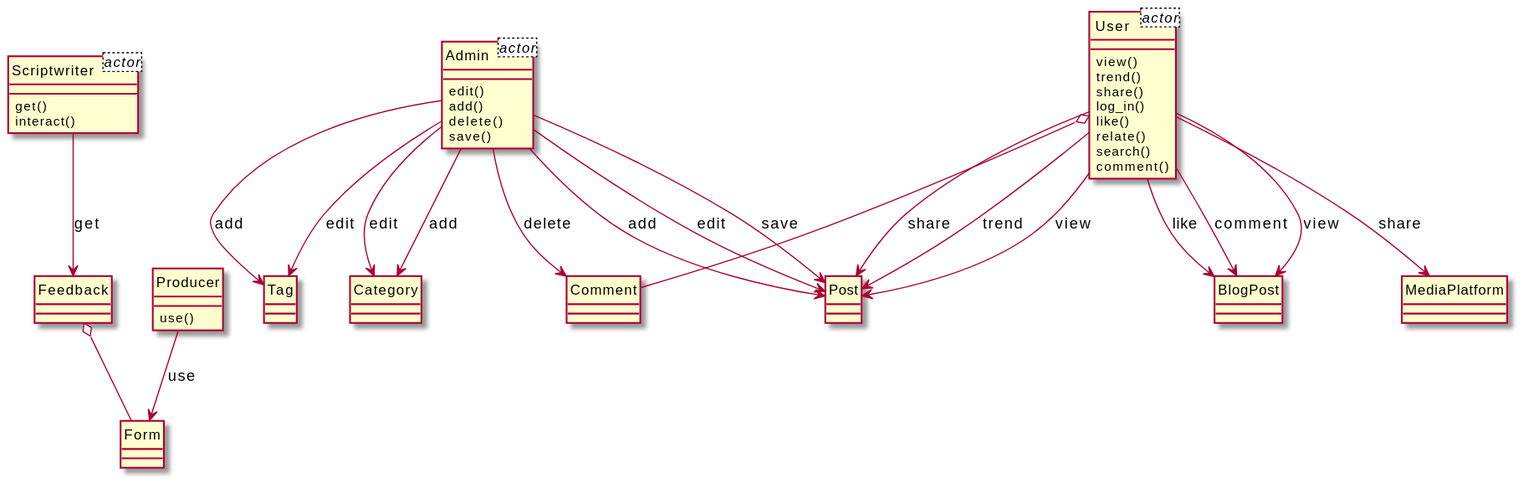
xixixhalu/DomainModelExtractor keeps this PlantUML diagram as output/diagram_5/2017-USC-Project07.svg. Above is the earlier version.
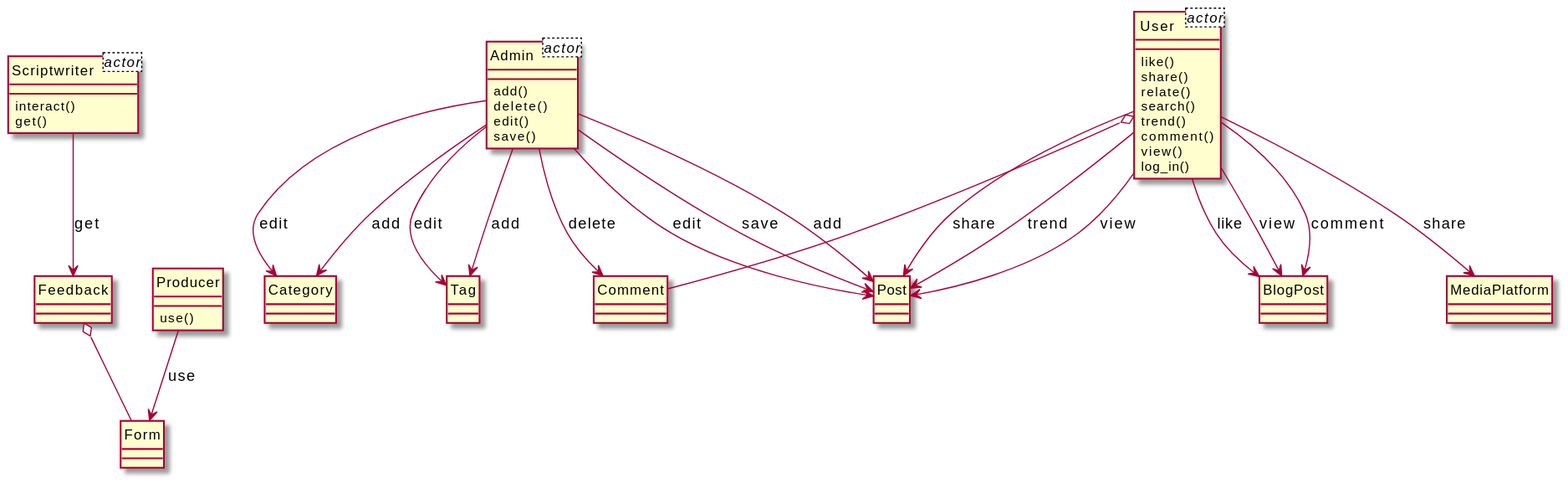
The same file after the commit.

What changed in the source:
```diff
@@ -6,62 +6,62 @@
 }
 class Admin<actor> {
 }
+class Comment {
+}
 class Form {
 }
-class Comment {
+class Admin {
+	add()
+	delete()
+	edit()
+	save()
+}
+class Post {
+}
+class Category {
+}
+class User {
+	like()
+	share()
+	relate()
+	search()
+	trend()
+	comment()
+	view()
+	log_in()
+}
+class BlogPost {
+}
+class MediaPlatform {
+}
+class Tag {
+}
+class Scriptwriter {
+	interact()
+	get()
+}
+class Feedback {
 }
 class Producer {
 	use()
 }
-class Scriptwriter {
-	get()
-	interact()
-}
-class User {
-	view()
-	trend()
-	share()
-	log_in()
-	like()
-	relate()
-	search()
-	comment()
-}
-class BlogPost {
-}
-class Post {
-}
-class Admin {
-	edit()
-	add()
-	delete()
-	save()
-}
-class Tag {
-}
-class Feedback {
-}
-class MediaPlatform {
-}
-class Category {
-}
-Producer --> Form : use
+Admin --> Post : save
+Admin --> Category : edit
+Admin --> Category : add
+Scriptwriter --> Feedback : get
+User --> BlogPost : like
 Admin --> Comment : delete
-User --> BlogPost : like
-Admin --> Post : edit
-User --> BlogPost : comment
 User --> BlogPost : view
 User --> Post : share
 User --> Post : trend
+User --> BlogPost : comment
+User --> MediaPlatform : share
+Admin --> Post : add
+Admin --> Post : edit
+Admin --> Tag : edit
+Producer --> Form : use
+User --> Post : view
+User o-- Comment
+Feedback o-- Form
 Admin --> Tag : add
-Admin --> Post : save
-Admin --> Tag : edit
-Admin --> Category : edit
-User --> Post : view
-User --> MediaPlatform : share
-Admin --> Category : add
-Feedback o-- Form
-User o-- Comment
-Admin --> Post : add
-Scriptwriter --> Feedback : get
 @enduml
```
